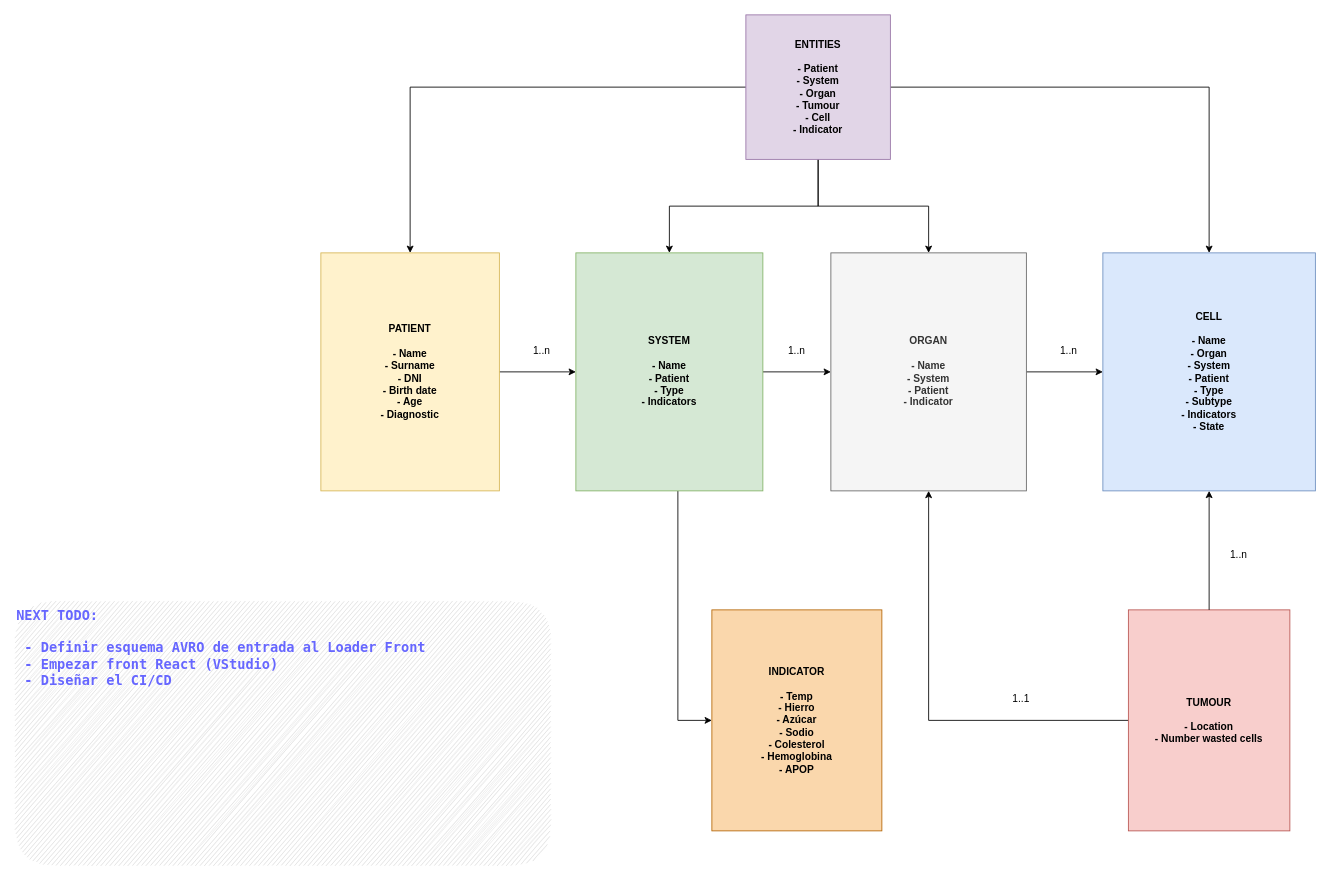
The draw.io diagram page "MD" (1 of 7) of arch-design/cellprom-arch-functionality.drawio in cellprom/cellprom-arq-doc, before the edit. Source tidied: cells renumbered, new cells numbered last; positions are measured from the earlier drawing's top-left corner, leaving out a move shared by most shapes. Both pictures are drawn from the tidied source at 85%, with x=0, y=0 at pixel (14, 14).
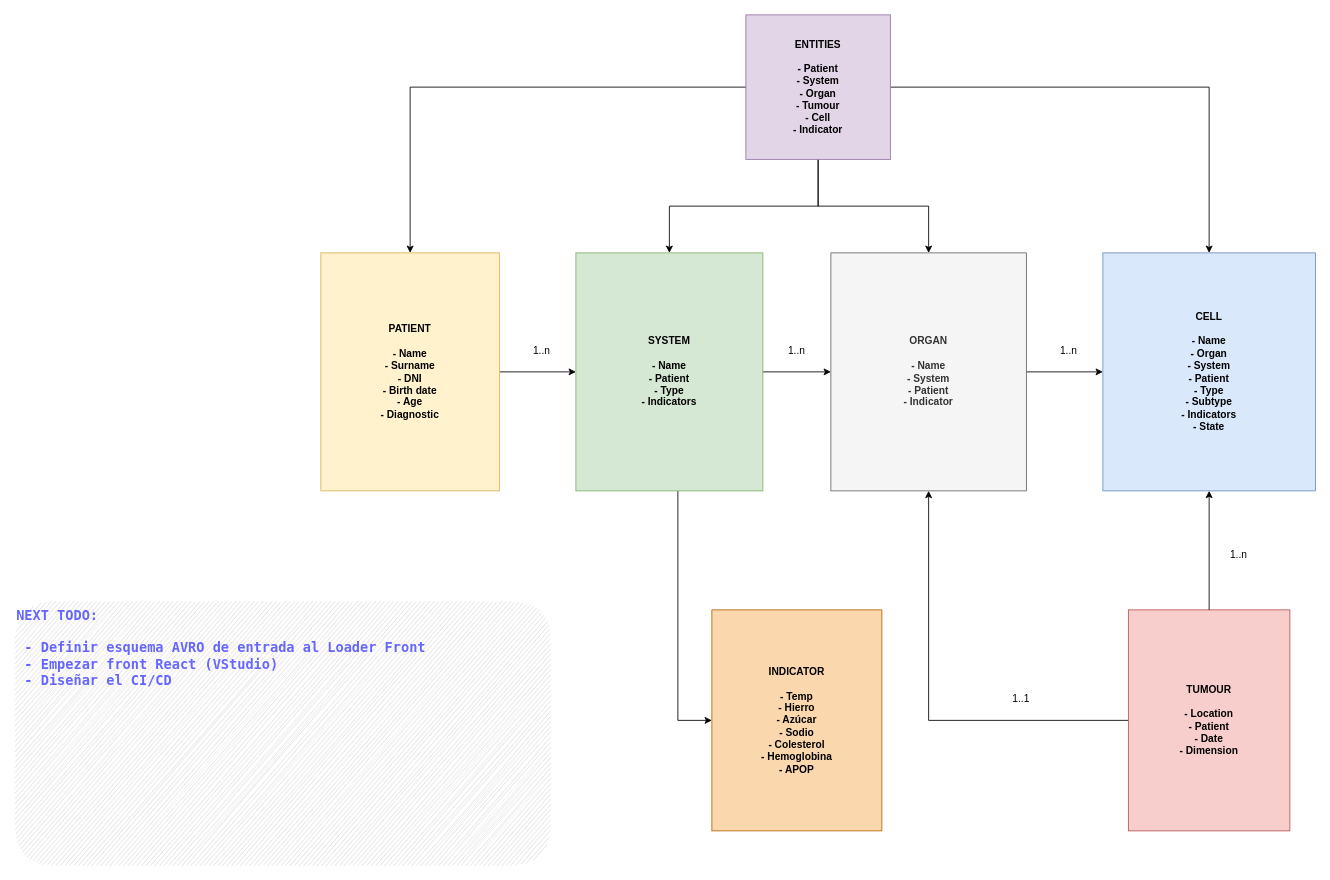
The same diagram, later.

What changed in the source:
```diff
@@
-    <mxCell id="20" value="TUMOUR&lt;br&gt;&lt;br&gt;- Location&lt;br&gt;- Number wasted cells" style="whiteSpace=wrap;html=1;fillColor=#f8cecc;strokeColor=#b85450;fontStyle=1;" parent="1" vertex="1">
+    <mxCell id="20" value="TUMOUR&lt;br&gt;&lt;br&gt;- Location&lt;div&gt;- Patient&lt;/div&gt;&lt;div&gt;- Date&lt;br&gt;- Dimension&lt;/div&gt;" style="whiteSpace=wrap;html=1;fillColor=#f8cecc;strokeColor=#b85450;fontStyle=1;" parent="1" vertex="1">
       <mxGeometry x="1310" y="700" width="190" height="260" as="geometry" />
     </mxCell>
```
